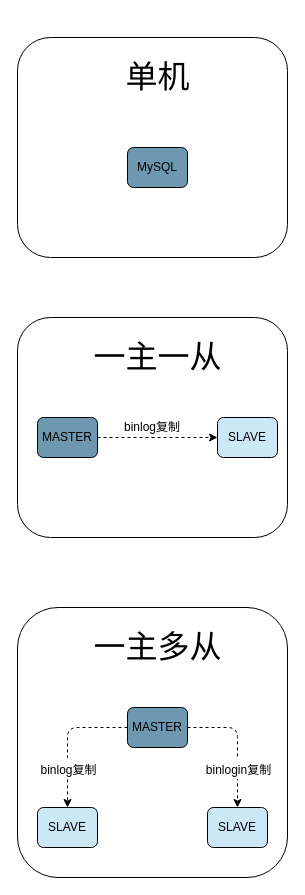
The draw.io diagram page "MySQL-单机及主从" (4 of 7) of dbscan/dbscan.drawio in maopashui/drawio, before the edit. Source tidied: cells renumbered, new cells numbered last; positions are measured from the earlier drawing's top-left corner, leaving out a move shared by most shapes. Both pictures are drawn from the tidied source at 100%, with x=0, y=0 at pixel (17, 17).
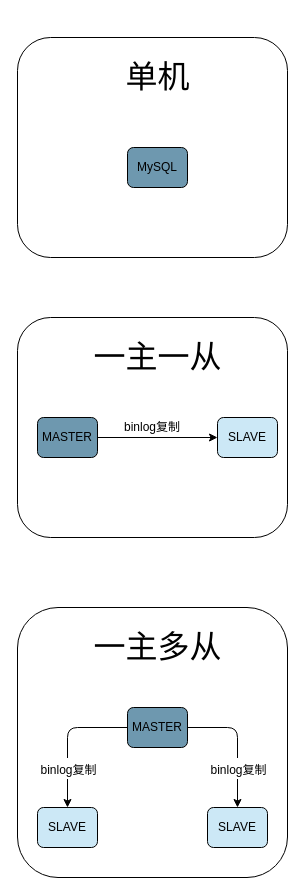
Above is the later version.

The change refers to these unchanged cells:
```xml
<mxCell id="7" value="MASTER" style="rounded=1;whiteSpace=wrap;html=1;glass=0;fillColor=#6E98AF;" parent="1" vertex="1">
  <mxGeometry x="20" y="400" width="60" height="40" as="geometry" />
</mxCell>
<mxCell id="9" value="SLAVE" style="rounded=1;whiteSpace=wrap;html=1;glass=0;fillColor=#CCE8F6;" parent="1" vertex="1">
  <mxGeometry x="200" y="400" width="60" height="40" as="geometry" />
</mxCell>
<mxCell id="15" value="MASTER" style="rounded=1;whiteSpace=wrap;html=1;glass=0;fillColor=#6E98AF;" parent="1" vertex="1">
  <mxGeometry x="110" y="690" width="60" height="40" as="geometry" />
</mxCell>
<mxCell id="17" value="SLAVE" style="rounded=1;whiteSpace=wrap;html=1;glass=0;fillColor=#CCE8F6;" parent="1" vertex="1">
  <mxGeometry x="20" y="790" width="60" height="40" as="geometry" />
</mxCell>
<mxCell id="18" value="SLAVE" style="rounded=1;whiteSpace=wrap;html=1;glass=0;fillColor=#CCE8F6;" parent="1" vertex="1">
  <mxGeometry x="190" y="790" width="60" height="40" as="geometry" />
</mxCell>
```

Diff of the diagram source:
```diff
@@
-    <mxCell id="6" style="edgeStyle=orthogonalEdgeStyle;rounded=1;jettySize=auto;html=1;entryX=0;entryY=0.5;entryDx=0;entryDy=0;dashed=1;strokeWidth=1;fontFamily=Helvetica;fontSize=18;startArrow=none;startFill=0;endArrow=classic;endFill=1;" parent="1" edge="1" source="7" target="9">
+    <mxCell id="6" style="edgeStyle=orthogonalEdgeStyle;rounded=1;jettySize=auto;html=1;entryX=0;entryY=0.5;entryDx=0;entryDy=0;strokeWidth=1;fontFamily=Helvetica;fontSize=18;startArrow=none;startFill=0;endArrow=classic;endFill=1;" parent="1" edge="1" source="7" target="9">
       <mxGeometry relative="1" as="geometry" />
     </mxCell>
@@
-    <mxCell id="11" style="edgeStyle=orthogonalEdgeStyle;rounded=1;jettySize=auto;html=1;entryX=0.5;entryY=0;entryDx=0;entryDy=0;dashed=1;strokeWidth=1;fontFamily=Helvetica;fontSize=18;startArrow=none;startFill=0;endArrow=classic;endFill=1;" parent="1" edge="1" source="15" target="17">
+    <mxCell id="11" style="edgeStyle=orthogonalEdgeStyle;rounded=1;jettySize=auto;html=1;entryX=0.5;entryY=0;entryDx=0;entryDy=0;strokeWidth=1;fontFamily=Helvetica;fontSize=18;startArrow=none;startFill=0;endArrow=classic;endFill=1;" parent="1" edge="1" source="15" target="17">
       <mxGeometry relative="1" as="geometry" />
     </mxCell>
@@
-    <mxCell id="13" style="edgeStyle=orthogonalEdgeStyle;rounded=1;jettySize=auto;html=1;entryX=0.5;entryY=0;entryDx=0;entryDy=0;dashed=1;strokeWidth=1;fontFamily=Helvetica;fontSize=18;startArrow=none;startFill=0;endArrow=classic;endFill=1;" parent="1" edge="1" source="15" target="18">
+    <mxCell id="13" style="edgeStyle=orthogonalEdgeStyle;rounded=1;jettySize=auto;html=1;entryX=0.5;entryY=0;entryDx=0;entryDy=0;strokeWidth=1;fontFamily=Helvetica;fontSize=18;startArrow=none;startFill=0;endArrow=classic;endFill=1;" parent="1" edge="1" source="15" target="18">
       <mxGeometry relative="1" as="geometry" />
     </mxCell>
-    <mxCell id="14" value="&lt;font style=&quot;font-size: 12px;&quot;&gt;binlogin复制&lt;/font&gt;" style="edgeLabel;html=1;align=center;verticalAlign=middle;fontSize=18;fontFamily=Helvetica;" parent="13" vertex="1">
+    <mxCell id="14" value="&lt;font style=&quot;font-size: 12px;&quot;&gt;binlog复制&lt;/font&gt;" style="edgeLabel;html=1;align=center;verticalAlign=middle;fontSize=18;fontFamily=Helvetica;" parent="13" vertex="1">
       <mxGeometry x="0.07" y="4" relative="1" as="geometry">
         <mxPoint x="-4" y="20" as="offset" />
       </mxGeometry>
     </mxCell>
```
